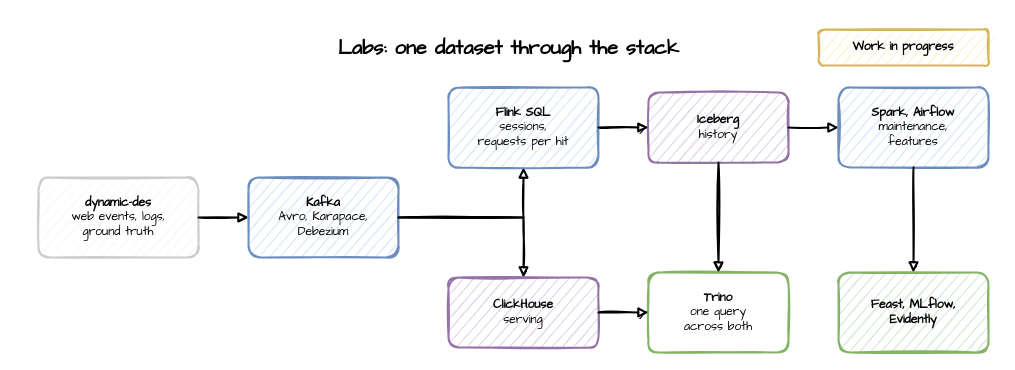
Above: docs/images/labs.drawio in jaehyeon-kim/odctl (draw.io), before the change. Source tidied: cells renumbered, new cells numbered last; positions are measured from the earlier drawing's top-left corner, leaving out a move shared by most shapes. Both pictures are drawn from the tidied source at 100%, with x=0, y=0 at pixel (18, 27).
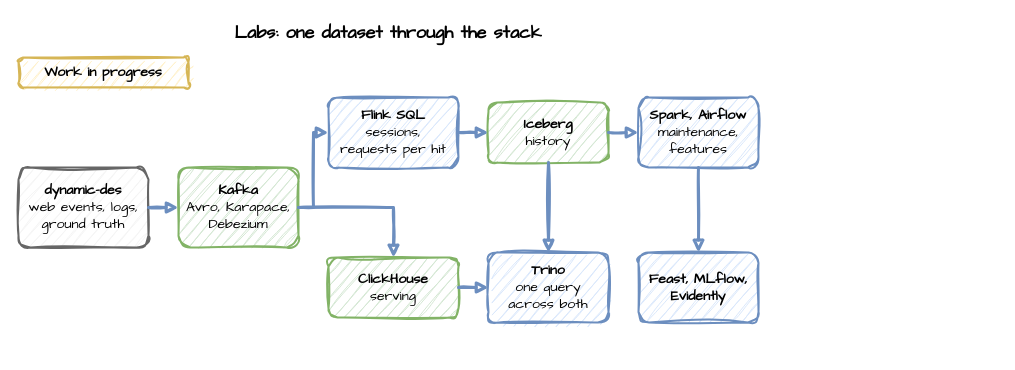
The same page after the edit.

Change to the diagram source:
```diff
@@
 <mxGraphModel>
   <root>
     <mxCell id="0" />
     <mxCell id="1" parent="0" />
-    <mxCell id="2" value="&lt;b style=&quot;font-size: 20px;&quot;&gt;Labs: one dataset through the stack&lt;/b&gt;" style="text;html=1;sketch=1;align=center;verticalAlign=middle;strokeColor=none;fillColor=none;fontFamily=Comic Sans MS;" parent="1" vertex="1">
-      <mxGeometry width="980" height="40" as="geometry" />
+    <mxCell id="2" value="Labs: one dataset through the stack" style="text;html=1;align=center;verticalAlign=middle;whiteSpace=wrap;fontFamily=Comic Sans MS;fontSize=18;fontStyle=1;" parent="1" vertex="1">
+      <mxGeometry y="-10" width="740" height="30" as="geometry" />
     </mxCell>
-    <mxCell id="3" value="&lt;b&gt;dynamic-des&lt;/b&gt;&lt;br&gt;web events, logs,&lt;br&gt;ground truth" style="rounded=1;whiteSpace=wrap;html=1;sketch=1;fillColor=#f9f9f9;strokeColor=#cccccc;strokeWidth=2;fontFamily=Comic Sans MS;" parent="1" vertex="1">
-      <mxGeometry x="20" y="150" width="160" height="80" as="geometry" />
+    <mxCell id="3" value="&lt;b&gt;dynamic-des&lt;/b&gt;&lt;br&gt;web events, logs,&lt;br&gt;ground truth" style="rounded=1;whiteSpace=wrap;html=1;sketch=1;curveFitting=1;jiggle=2;fontFamily=Comic Sans MS;fontSize=14;strokeWidth=2;fillColor=#f5f5f5;strokeColor=#666666;" parent="1" vertex="1">
+      <mxGeometry y="140" width="130" height="80" as="geometry" />
     </mxCell>
-    <mxCell id="4" value="&lt;b&gt;Kafka&lt;/b&gt;&lt;br&gt;Avro, Karapace,&lt;br&gt;Debezium" style="rounded=1;whiteSpace=wrap;html=1;sketch=1;fillColor=#dae8fc;strokeColor=#6c8ebf;strokeWidth=2;fontFamily=Comic Sans MS;" parent="1" vertex="1">
-      <mxGeometry x="230" y="150" width="150" height="80" as="geometry" />
+    <mxCell id="4" value="&lt;b&gt;Kafka&lt;/b&gt;&lt;br&gt;Avro, Karapace,&lt;br&gt;Debezium" style="rounded=1;whiteSpace=wrap;html=1;sketch=1;curveFitting=1;jiggle=2;fontFamily=Comic Sans MS;fontSize=14;strokeWidth=2;fillColor=#d5e8d4;strokeColor=#82b366;" parent="1" vertex="1">
+      <mxGeometry x="160" y="140" width="120" height="80" as="geometry" />
     </mxCell>
-    <mxCell id="5" value="&lt;b&gt;Flink SQL&lt;/b&gt;&lt;br&gt;sessions,&lt;br&gt;requests per hit" style="rounded=1;whiteSpace=wrap;html=1;sketch=1;fillColor=#dae8fc;strokeColor=#6c8ebf;strokeWidth=2;fontFamily=Comic Sans MS;" parent="1" vertex="1">
-      <mxGeometry x="430" y="60" width="150" height="80" as="geometry" />
+    <mxCell id="5" value="&lt;b&gt;Flink SQL&lt;/b&gt;&lt;br&gt;sessions,&lt;br&gt;requests per hit" style="rounded=1;whiteSpace=wrap;html=1;sketch=1;curveFitting=1;jiggle=2;fontFamily=Comic Sans MS;fontSize=14;strokeWidth=2;fillColor=#dae8fc;strokeColor=#6c8ebf;" parent="1" vertex="1">
+      <mxGeometry x="310" y="70" width="130" height="70" as="geometry" />
     </mxCell>
-    <mxCell id="6" value="&lt;b&gt;ClickHouse&lt;/b&gt;&lt;br&gt;serving" style="rounded=1;whiteSpace=wrap;html=1;sketch=1;fillColor=#e1d5e7;strokeColor=#9673a6;strokeWidth=2;fontFamily=Comic Sans MS;" parent="1" vertex="1">
-      <mxGeometry x="430" y="250" width="150" height="70" as="geometry" />
+    <mxCell id="6" value="&lt;b&gt;ClickHouse&lt;/b&gt;&lt;br&gt;serving" style="rounded=1;whiteSpace=wrap;html=1;sketch=1;curveFitting=1;jiggle=2;fontFamily=Comic Sans MS;fontSize=14;strokeWidth=2;fillColor=#d5e8d4;strokeColor=#82b366;" parent="1" vertex="1">
+      <mxGeometry x="310" y="230" width="130" height="60" as="geometry" />
     </mxCell>
-    <mxCell id="7" value="&lt;b&gt;Iceberg&lt;/b&gt;&lt;br&gt;history" style="rounded=1;whiteSpace=wrap;html=1;sketch=1;fillColor=#e1d5e7;strokeColor=#9673a6;strokeWidth=2;fontFamily=Comic Sans MS;" parent="1" vertex="1">
-      <mxGeometry x="630" y="65" width="140" height="70" as="geometry" />
+    <mxCell id="7" value="&lt;b&gt;Iceberg&lt;/b&gt;&lt;br&gt;history" style="rounded=1;whiteSpace=wrap;html=1;sketch=1;curveFitting=1;jiggle=2;fontFamily=Comic Sans MS;fontSize=14;strokeWidth=2;fillColor=#d5e8d4;strokeColor=#82b366;" parent="1" vertex="1">
+      <mxGeometry x="470" y="75" width="120" height="60" as="geometry" />
     </mxCell>
+    <mxCell id="9" value="&lt;b&gt;Trino&lt;/b&gt;&lt;br&gt;one query&lt;br&gt;across both" style="rounded=1;whiteSpace=wrap;html=1;sketch=1;curveFitting=1;jiggle=2;fontFamily=Comic Sans MS;fontSize=14;strokeWidth=2;fillColor=#dae8fc;strokeColor=#6c8ebf;" parent="1" vertex="1">
+      <mxGeometry x="470" y="225" width="120" height="70" as="geometry" />
+    </mxCell>
-    <mxCell id="8" value="&lt;b&gt;Spark, Airflow&lt;/b&gt;&lt;br&gt;maintenance,&lt;br&gt;features" style="rounded=1;whiteSpace=wrap;html=1;sketch=1;fillColor=#dae8fc;strokeColor=#6c8ebf;strokeWidth=2;fontFamily=Comic Sans MS;" parent="1" vertex="1">
-      <mxGeometry x="820" y="60" width="150" height="80" as="geometry" />
+    <mxCell id="8" value="&lt;b&gt;Spark, Airflow&lt;/b&gt;&lt;br&gt;maintenance,&lt;br&gt;features" style="rounded=1;whiteSpace=wrap;html=1;sketch=1;curveFitting=1;jiggle=2;fontFamily=Comic Sans MS;fontSize=14;strokeWidth=2;fillColor=#dae8fc;strokeColor=#6c8ebf;" parent="1" vertex="1">
+      <mxGeometry x="620" y="70" width="120" height="70" as="geometry" />
     </mxCell>
-    <mxCell id="9" value="&lt;b&gt;Trino&lt;/b&gt;&lt;br&gt;one query&lt;br&gt;across both" style="rounded=1;whiteSpace=wrap;html=1;sketch=1;fillColor=#ffffff;strokeColor=#82b366;strokeWidth=2;fontFamily=Comic Sans MS;" parent="1" vertex="1">
-      <mxGeometry x="630" y="245" width="140" height="80" as="geometry" />
-    </mxCell>
-    <mxCell id="10" value="&lt;b&gt;Feast, MLflow,&lt;br&gt;Evidently&lt;/b&gt;" style="rounded=1;whiteSpace=wrap;html=1;sketch=1;fillColor=#d5e8d4;strokeColor=#82b366;strokeWidth=2;fontFamily=Comic Sans MS;" parent="1" vertex="1">
-      <mxGeometry x="820" y="245" width="150" height="80" as="geometry" />
+    <mxCell id="10" value="&lt;b&gt;Feast, MLflow,&lt;br&gt;Evidently&lt;/b&gt;" style="rounded=1;whiteSpace=wrap;html=1;sketch=1;curveFitting=1;jiggle=2;fontFamily=Comic Sans MS;fontSize=14;strokeWidth=2;fillColor=#dae8fc;strokeColor=#6c8ebf;" parent="1" vertex="1">
+      <mxGeometry x="620" y="225" width="120" height="70" as="geometry" />
     </mxCell>
-    <mxCell id="11" value="&lt;b&gt;Work in progress&lt;/b&gt;" style="rounded=1;whiteSpace=wrap;html=1;sketch=1;fillColor=#fff2cc;strokeColor=#d6b656;strokeWidth=2;fontFamily=Comic Sans MS;" parent="1" vertex="1">
-      <mxGeometry x="800" y="2" width="170" height="36" as="geometry" />
-    </mxCell>
-    <mxCell id="12" style="sketch=1;fontFamily=Comic Sans MS;strokeWidth=2;html=1;edgeStyle=orthogonalEdgeStyle;rounded=0;endArrow=block;endFill=1;fontSize=11;labelBackgroundColor=#ffffff;" parent="1" edge="1" source="3" target="4">
+    <mxCell id="12" style="edgeStyle=orthogonalEdgeStyle;rounded=0;sketch=1;html=1;endArrow=block;fontFamily=Comic Sans MS;fontSize=13;labelBackgroundColor=#ffffff;strokeWidth=3;strokeColor=#6c8ebf;" parent="1" edge="1" source="3" target="4">
       <mxGeometry relative="1" as="geometry" />
     </mxCell>
-    <mxCell id="13" style="sketch=1;fontFamily=Comic Sans MS;strokeWidth=2;html=1;edgeStyle=orthogonalEdgeStyle;rounded=0;endArrow=block;endFill=1;fontSize=11;labelBackgroundColor=#ffffff;" parent="1" edge="1" source="4" target="5">
+    <mxCell id="13" style="edgeStyle=orthogonalEdgeStyle;rounded=0;sketch=1;html=1;endArrow=block;fontFamily=Comic Sans MS;fontSize=13;labelBackgroundColor=#ffffff;strokeWidth=3;strokeColor=#6c8ebf;" parent="1" edge="1" source="4" target="5">
       <mxGeometry relative="1" as="geometry" />
     </mxCell>
-    <mxCell id="14" style="sketch=1;fontFamily=Comic Sans MS;strokeWidth=2;html=1;edgeStyle=orthogonalEdgeStyle;rounded=0;endArrow=block;endFill=1;fontSize=11;labelBackgroundColor=#ffffff;" parent="1" edge="1" source="4" target="6">
+    <mxCell id="14" style="edgeStyle=orthogonalEdgeStyle;rounded=0;sketch=1;html=1;endArrow=block;fontFamily=Comic Sans MS;fontSize=13;labelBackgroundColor=#ffffff;strokeWidth=3;strokeColor=#6c8ebf;" parent="1" edge="1" source="4" target="6">
       <mxGeometry relative="1" as="geometry" />
     </mxCell>
-    <mxCell id="15" style="sketch=1;fontFamily=Comic Sans MS;strokeWidth=2;html=1;edgeStyle=orthogonalEdgeStyle;rounded=0;endArrow=block;endFill=1;fontSize=11;labelBackgroundColor=#ffffff;" parent="1" edge="1" source="5" target="7">
+    <mxCell id="15" style="edgeStyle=orthogonalEdgeStyle;rounded=0;sketch=1;html=1;endArrow=block;fontFamily=Comic Sans MS;fontSize=13;labelBackgroundColor=#ffffff;strokeWidth=3;strokeColor=#6c8ebf;" parent="1" edge="1" source="5" target="7">
       <mxGeometry relative="1" as="geometry" />
     </mxCell>
-    <mxCell id="16" style="sketch=1;fontFamily=Comic Sans MS;strokeWidth=2;html=1;edgeStyle=orthogonalEdgeStyle;rounded=0;endArrow=block;endFill=1;fontSize=11;labelBackgroundColor=#ffffff;" parent="1" edge="1" source="7" target="8">
+    <mxCell id="16" style="edgeStyle=orthogonalEdgeStyle;rounded=0;sketch=1;html=1;endArrow=block;fontFamily=Comic Sans MS;fontSize=13;labelBackgroundColor=#ffffff;strokeWidth=3;strokeColor=#6c8ebf;" parent="1" edge="1" source="7" target="8">
       <mxGeometry relative="1" as="geometry" />
     </mxCell>
-    <mxCell id="17" style="sketch=1;fontFamily=Comic Sans MS;strokeWidth=2;html=1;edgeStyle=orthogonalEdgeStyle;rounded=0;endArrow=block;endFill=1;fontSize=11;labelBackgroundColor=#ffffff;" parent="1" edge="1" source="7" target="9">
+    <mxCell id="17" style="edgeStyle=orthogonalEdgeStyle;rounded=0;sketch=1;html=1;endArrow=block;fontFamily=Comic Sans MS;fontSize=13;labelBackgroundColor=#ffffff;strokeWidth=3;strokeColor=#6c8ebf;" parent="1" edge="1" source="7" target="9">
       <mxGeometry relative="1" as="geometry" />
     </mxCell>
-    <mxCell id="18" style="sketch=1;fontFamily=Comic Sans MS;strokeWidth=2;html=1;edgeStyle=orthogonalEdgeStyle;rounded=0;endArrow=block;endFill=1;fontSize=11;labelBackgroundColor=#ffffff;" parent="1" edge="1" source="6" target="9">
+    <mxCell id="18" style="edgeStyle=orthogonalEdgeStyle;rounded=0;sketch=1;html=1;endArrow=block;fontFamily=Comic Sans MS;fontSize=13;labelBackgroundColor=#ffffff;strokeWidth=3;strokeColor=#6c8ebf;" parent="1" edge="1" source="6" target="9">
       <mxGeometry relative="1" as="geometry" />
     </mxCell>
-    <mxCell id="19" style="sketch=1;fontFamily=Comic Sans MS;strokeWidth=2;html=1;edgeStyle=orthogonalEdgeStyle;rounded=0;endArrow=block;endFill=1;fontSize=11;labelBackgroundColor=#ffffff;" parent="1" edge="1" source="8" target="10">
+    <mxCell id="19" style="edgeStyle=orthogonalEdgeStyle;rounded=0;sketch=1;html=1;endArrow=block;fontFamily=Comic Sans MS;fontSize=13;labelBackgroundColor=#ffffff;strokeWidth=3;strokeColor=#6c8ebf;" parent="1" edge="1" source="8" target="10">
       <mxGeometry relative="1" as="geometry" />
     </mxCell>
+    <mxCell id="11" value="&lt;b&gt;Work in progress&lt;/b&gt;" style="rounded=1;whiteSpace=wrap;html=1;sketch=1;curveFitting=1;jiggle=2;fontFamily=Comic Sans MS;fontSize=14;strokeWidth=2;fillColor=#fff2cc;strokeColor=#d6b656;" parent="1" vertex="1">
+      <mxGeometry y="30" width="170" height="30" as="geometry" />
+    </mxCell>
   </root>
 </mxGraphModel>
```
